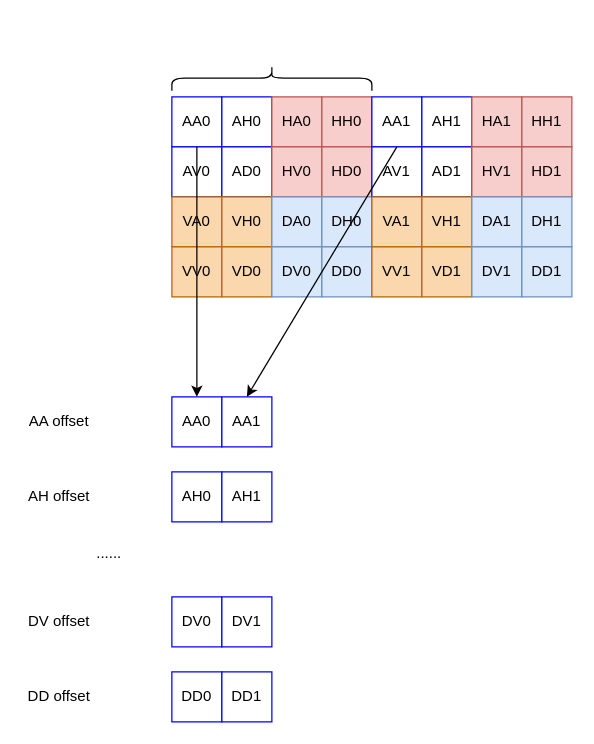
Earlier version of the draw.io diagram 未命名绘图.drawio (chenmin82/diagrams). Source tidied: cells renumbered, new cells numbered last; positions are measured from the earlier drawing's top-left corner, leaving out a move shared by most shapes. Both pictures are drawn from the tidied source at 125%, with x=0, y=0 at pixel (21, -22).
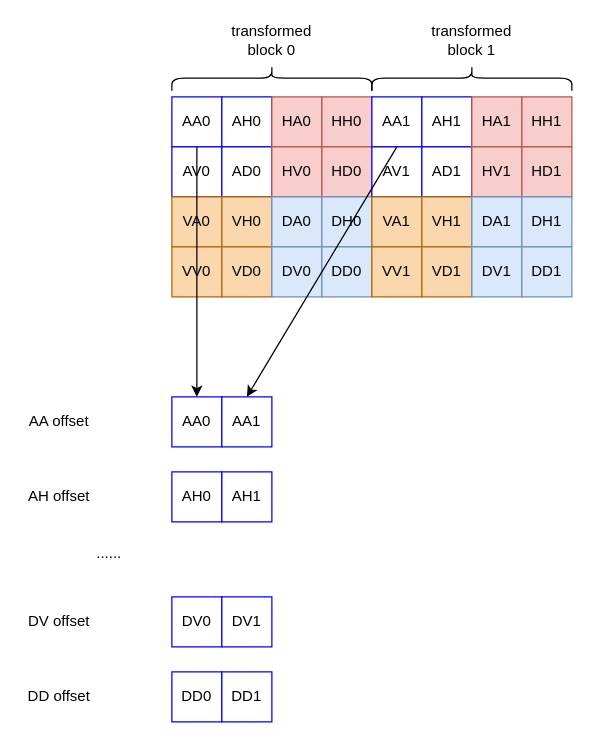
The same diagram, later.

Commit message:
lcevc-chunks

The edit, as a diff of the source:
```diff
@@
+    <mxCell id="50" value="transformed block 0" style="text;html=1;strokeColor=none;fillColor=none;align=center;verticalAlign=middle;whiteSpace=wrap;rounded=0;" parent="1" vertex="1">
+      <mxGeometry x="170" y="35" width="60" height="30" as="geometry" />
+    </mxCell>
+    <mxCell id="51" style="shape=curlyBracket;whiteSpace=wrap;html=1;rounded=1;flipH=1;labelPosition=right;verticalLabelPosition=middle;align=left;verticalAlign=middle;rotation=-90;" parent="1" vertex="1">
+      <mxGeometry x="350" width="20" height="160" as="geometry" />
+    </mxCell>
+    <mxCell id="52" value="transformed block 1" style="text;html=1;strokeColor=none;fillColor=none;align=center;verticalAlign=middle;whiteSpace=wrap;rounded=0;" parent="1" vertex="1">
+      <mxGeometry x="330" y="35" width="60" height="30" as="geometry" />
+    </mxCell>
```
